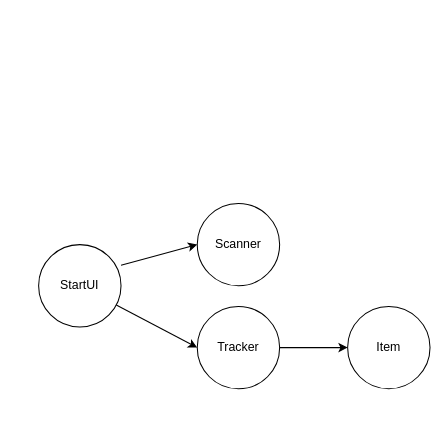
This is Диаграмма без названия.drawio from Serge-In/job4j_tracker, a draw.io file, before an edit. Source tidied: cells renumbered, new cells numbered last; positions are measured from the earlier drawing's top-left corner, leaving out a move shared by most shapes. Both pictures are drawn from the tidied source at 103%, with x=0, y=0 at pixel (38, 203).
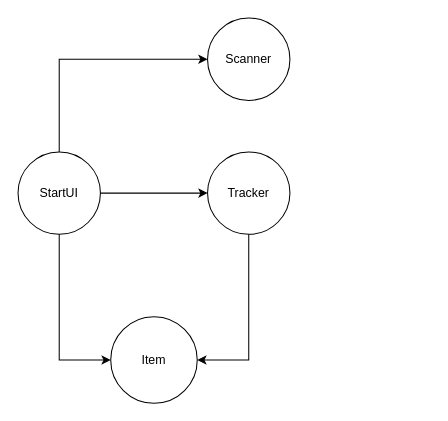
Above is the later version.

Change to the diagram source:
```diff
@@
 <mxGraphModel>
   <root>
     <mxCell id="0" />
     <mxCell id="1" parent="0" />
     <mxCell id="2" value="Tracker" style="ellipse;whiteSpace=wrap;html=1;" parent="1" vertex="1">
-      <mxGeometry x="154" y="100" width="80" height="80" as="geometry" />
+      <mxGeometry x="164" y="-50" width="80" height="80" as="geometry" />
     </mxCell>
     <mxCell id="3" value="Item" style="ellipse;whiteSpace=wrap;html=1;" parent="1" vertex="1">
-      <mxGeometry x="300" y="100" width="80" height="80" as="geometry" />
+      <mxGeometry x="70" y="110" width="84" height="84" as="geometry" />
     </mxCell>
     <mxCell id="4" value="StartUI" style="ellipse;whiteSpace=wrap;html=1;" parent="1" vertex="1">
-      <mxGeometry y="40" width="80" height="80" as="geometry" />
+      <mxGeometry x="-20" y="-50" width="80" height="80" as="geometry" />
     </mxCell>
     <mxCell id="5" value="Scanner" style="ellipse;whiteSpace=wrap;html=1;" parent="1" vertex="1">
-      <mxGeometry x="154" width="80" height="80" as="geometry" />
+      <mxGeometry x="164" y="-180" width="80" height="80" as="geometry" />
     </mxCell>
-    <mxCell id="6" style="endArrow=classic;html=1;rounded=0;entryX=0;entryY=0.5;entryDx=0;entryDy=0;" parent="1" edge="1" source="2" target="3">
-      <mxGeometry relative="1" as="geometry" />
+    <mxCell id="6" style="endArrow=classic;html=1;rounded=0;entryX=1;entryY=0.5;entryDx=0;entryDy=0;" parent="1" edge="1" source="2" target="3">
+      <mxGeometry relative="1" as="geometry">
+        <Array as="points">
+          <mxPoint x="204" y="152" />
+        </Array>
+      </mxGeometry>
     </mxCell>
     <mxCell id="7" style="endArrow=classic;html=1;rounded=0;entryX=0;entryY=0.5;entryDx=0;entryDy=0;" parent="1" edge="1" source="4" target="2">
       <mxGeometry relative="1" as="geometry" />
     </mxCell>
-    <mxCell id="8" style="endArrow=classic;html=1;rounded=0;exitX=1;exitY=0.25;exitDx=0;exitDy=0;exitPerimeter=0;entryX=0;entryY=0.5;entryDx=0;entryDy=0;" parent="1" edge="1" source="4" target="5">
-      <mxGeometry relative="1" as="geometry" />
+    <mxCell id="8" style="endArrow=classic;html=1;rounded=0;exitX=0.5;exitY=0;exitDx=0;exitDy=0;entryX=0;entryY=0.5;entryDx=0;entryDy=0;" parent="1" edge="1" source="4" target="5">
+      <mxGeometry relative="1" as="geometry">
+        <Array as="points">
+          <mxPoint x="20" y="-140" />
+        </Array>
+      </mxGeometry>
     </mxCell>
+    <mxCell id="9" style="endArrow=classic;html=1;rounded=0;exitX=0.5;exitY=1;exitDx=0;exitDy=0;entryX=0;entryY=0.5;entryDx=0;entryDy=0;" parent="1" edge="1" source="4" target="3">
+      <mxGeometry relative="1" as="geometry">
+        <Array as="points">
+          <mxPoint x="20" y="152" />
+        </Array>
+      </mxGeometry>
+    </mxCell>
   </root>
 </mxGraphModel>
```
